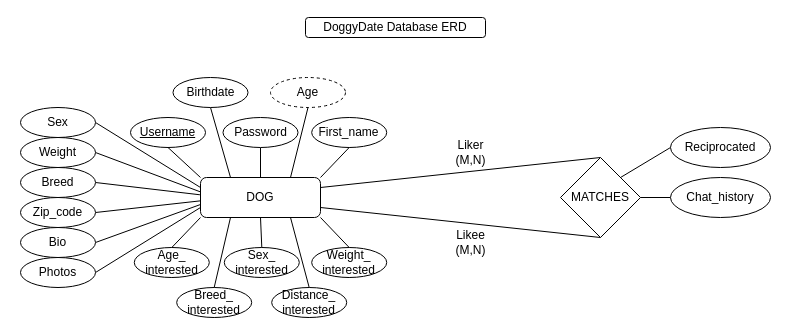
Before: Documentation/Database-ERD_DoggyDate.drawio in joshitha14/cosc617group2, a draw.io diagram. Source tidied: cells renumbered, new cells numbered last; positions are measured from the earlier drawing's top-left corner, leaving out a move shared by most shapes. Both pictures are drawn from the tidied source at 100%, with x=0, y=0 at pixel (20, 17).
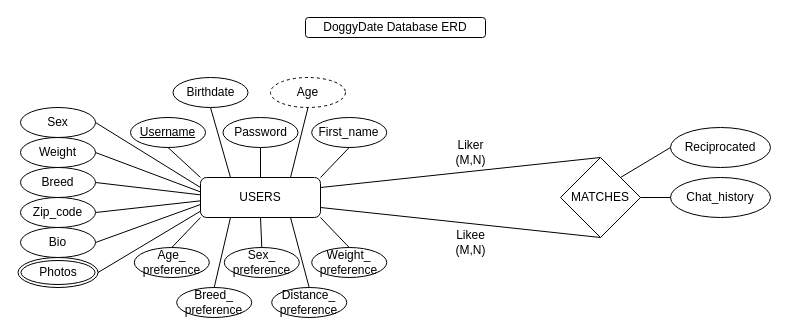
After the change.

Commit message (it also covers changes not shown here):
Updated the Database-ERD and Database-Schema. Created empty folders called Database and Application.

Change to the diagram source:
```diff
@@
-    <mxCell id="14" value="DOG" style="rounded=1;whiteSpace=wrap;html=1;" parent="1" vertex="1">
+    <mxCell id="14" value="USERS" style="rounded=1;whiteSpace=wrap;html=1;" parent="1" vertex="1">
       <mxGeometry x="180" y="160" width="120" height="40" as="geometry" />
     </mxCell>
@@
-    <mxCell id="22" value="Weight_&lt;br&gt;interested" style="ellipse;whiteSpace=wrap;html=1;align=center;" parent="1" vertex="1">
+    <mxCell id="22" value="Weight_&lt;br&gt;preference" style="ellipse;whiteSpace=wrap;html=1;align=center;" parent="1" vertex="1">
       <mxGeometry x="291.2" y="230" width="75" height="30" as="geometry" />
     </mxCell>
-    <mxCell id="23" value="Breed_&lt;br&gt;interested" style="ellipse;whiteSpace=wrap;html=1;align=center;" parent="1" vertex="1">
+    <mxCell id="23" value="Breed_&lt;br&gt;preference" style="ellipse;whiteSpace=wrap;html=1;align=center;" parent="1" vertex="1">
       <mxGeometry x="156.2" y="270" width="75" height="30" as="geometry" />
     </mxCell>
@@
-    <mxCell id="26" value="Sex_&lt;br&gt;interested" style="ellipse;whiteSpace=wrap;html=1;align=center;" parent="1" vertex="1">
+    <mxCell id="26" value="Sex_&lt;br&gt;preference" style="ellipse;whiteSpace=wrap;html=1;align=center;" parent="1" vertex="1">
       <mxGeometry x="203.8" y="230" width="75" height="30" as="geometry" />
     </mxCell>
-    <mxCell id="27" value="Age_&lt;br&gt;interested" style="ellipse;whiteSpace=wrap;html=1;align=center;" parent="1" vertex="1">
+    <mxCell id="27" value="Age_&lt;br&gt;preference" style="ellipse;whiteSpace=wrap;html=1;align=center;" parent="1" vertex="1">
       <mxGeometry x="113.8" y="230" width="75" height="30" as="geometry" />
     </mxCell>
@@
-    <mxCell id="30" value="Distance_&lt;br&gt;interested" style="ellipse;whiteSpace=wrap;html=1;align=center;" parent="1" vertex="1">
+    <mxCell id="30" value="Distance_&lt;br&gt;preference" style="ellipse;whiteSpace=wrap;html=1;align=center;" parent="1" vertex="1">
       <mxGeometry x="251.2" y="270" width="75" height="30" as="geometry" />
     </mxCell>
@@
-    <mxCell id="35" style="edgeStyle=none;rounded=0;jettySize=auto;html=1;exitX=1;exitY=0.5;exitDx=0;exitDy=0;entryX=0;entryY=0.75;entryDx=0;entryDy=0;endArrow=none;endFill=0;" parent="1" edge="1" source="36" target="14">
-      <mxGeometry relative="1" as="geometry" />
-    </mxCell>
-    <mxCell id="36" value="Photos" style="ellipse;whiteSpace=wrap;html=1;align=center;" parent="1" vertex="1">
-      <mxGeometry y="240" width="75" height="30" as="geometry" />
-    </mxCell>
@@
+    <mxCell id="35" style="edgeStyle=none;rounded=0;jettySize=auto;html=1;exitX=1;exitY=0.5;exitDx=0;exitDy=0;entryX=-0.003;entryY=0.847;entryDx=0;entryDy=0;entryPerimeter=0;endArrow=none;endFill=0;" parent="1" edge="1" source="36" target="14">
+      <mxGeometry relative="1" as="geometry" />
+    </mxCell>
+    <mxCell id="36" value="Photos" style="ellipse;shape=doubleEllipse;margin=3;whiteSpace=wrap;html=1;align=center;" parent="1" vertex="1">
+      <mxGeometry x="-2.5" y="240" width="80" height="30" as="geometry" />
+    </mxCell>
```
